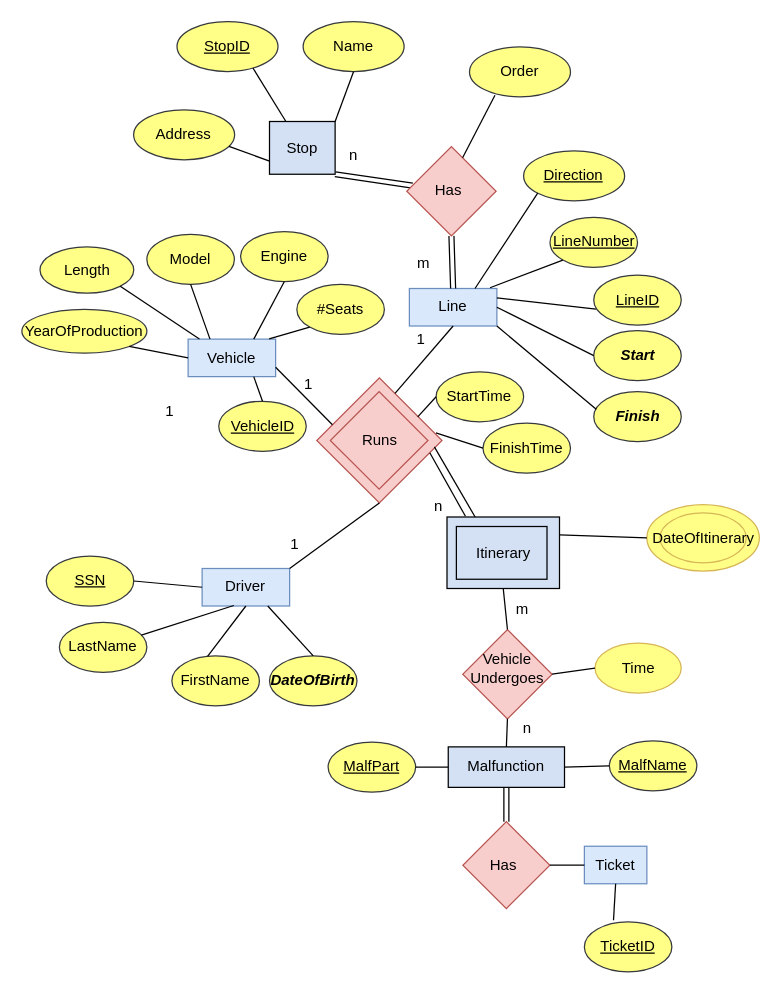
Above: Untitled Diagram.drawio in kotsos2000/kotsos2000 (draw.io), before the change. Source tidied: cells renumbered, new cells numbered last; positions are measured from the earlier drawing's top-left corner, leaving out a move shared by most shapes. Both pictures are drawn from the tidied source at 125%, with x=0, y=0 at pixel (21, 21).
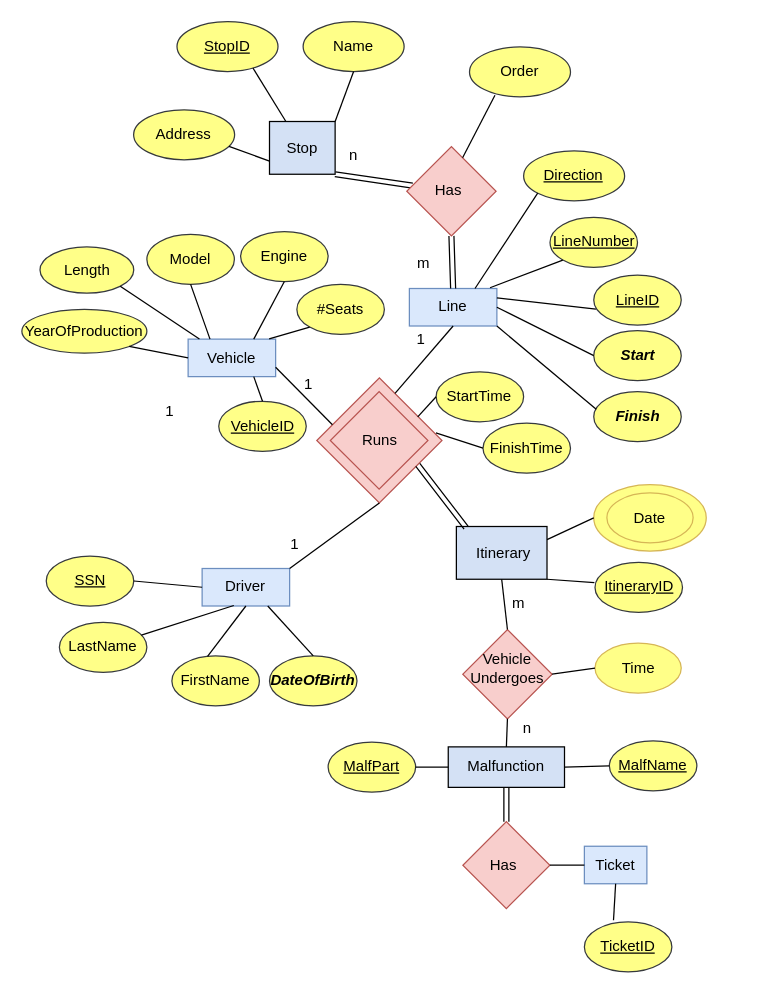
The same diagram, later.

The change refers to these unchanged cells:
```xml
<mxCell id="11" style="rounded=0;whiteSpace=wrap;html=1;fillColor=#D4E1F5;" parent="1" vertex="1">
  <mxGeometry x="347.6" y="403.7" width="72.5" height="42.2" as="geometry" />
</mxCell>
<mxCell id="15" style="whiteSpace=wrap;html=1;rotation=45;fillColor=#f8cecc;strokeColor=#b85450;" parent="1" vertex="1">
  <mxGeometry x="250.6" y="299.4" width="70.8" height="70.8" as="geometry" />
</mxCell>
<mxCell id="20" style="whiteSpace=wrap;html=1;fillColor=#f8cecc;rotation=45;strokeColor=#b85450;" parent="1" vertex="1">
  <mxGeometry x="363.2" y="496.6" width="50.5" height="50.5" as="geometry" />
</mxCell>
```

What changed in the source:
```diff
@@
     <mxCell id="2" style="ellipse;whiteSpace=wrap;html=1;fillColor=#FFFF88;strokeColor=#d6b656;" parent="1" vertex="1">
-      <mxGeometry x="500" y="386.1" width="90" height="53.3" as="geometry" />
+      <mxGeometry x="457.5" y="370.1" width="90" height="53.3" as="geometry" />
     </mxCell>
-    <mxCell id="3" style="rounded=0;whiteSpace=wrap;html=1;fillColor=#D4E1F5;" parent="1" vertex="1">
-      <mxGeometry x="340.1" y="396.1" width="90" height="57.2" as="geometry" />
-    </mxCell>
@@
-    <mxCell id="61" style="endArrow=none;html=1;rounded=0;entryX=0.164;entryY=-0.01;entryDx=0;entryDy=0;exitX=1.002;exitY=0.196;exitDx=0;exitDy=0;exitPerimeter=0;entryPerimeter=0;" parent="1" edge="1" source="15" target="3">
-      <mxGeometry relative="1" as="geometry" />
-    </mxCell>
@@
-    <mxCell id="64" value="n" style="text;html=1;align=center;verticalAlign=middle;strokeColor=none;fillColor=none;" parent="1" vertex="1">
-      <mxGeometry x="318.4" y="372.6" width="30" height="30" as="geometry" />
-    </mxCell>
@@
-    <mxCell id="66" style="endArrow=none;html=1;rounded=0;exitX=0.25;exitY=0;exitDx=0;exitDy=0;" parent="1" edge="1" source="3">
-      <mxGeometry relative="1" as="geometry">
-        <mxPoint x="330" y="340" as="targetPoint" />
-      </mxGeometry>
-    </mxCell>
-    <mxCell id="67" value="DateOfItinerary" style="ellipse;whiteSpace=wrap;html=1;fillColor=#FFFF88;strokeColor=#d6b656;" parent="1" vertex="1">
-      <mxGeometry x="510.5" y="392.8" width="69" height="39.9" as="geometry" />
+    <mxCell id="67" value="Date" style="ellipse;whiteSpace=wrap;html=1;fillColor=#FFFF88;strokeColor=#d6b656;" parent="1" vertex="1">
+      <mxGeometry x="468" y="376.8" width="69" height="39.9" as="geometry" />
     </mxCell>
-    <mxCell id="68" style="endArrow=none;html=1;rounded=0;entryX=1;entryY=0.25;entryDx=0;entryDy=0;exitX=0;exitY=0.5;exitDx=0;exitDy=0;" parent="1" edge="1" source="2" target="3">
+    <mxCell id="68" style="endArrow=none;html=1;rounded=0;entryX=1;entryY=0.25;entryDx=0;entryDy=0;exitX=0;exitY=0.5;exitDx=0;exitDy=0;" parent="1" edge="1" source="2" target="11">
       <mxGeometry relative="1" as="geometry" />
     </mxCell>
@@
-    <mxCell id="90" style="endArrow=none;html=1;rounded=0;entryX=0.5;entryY=1;entryDx=0;entryDy=0;exitX=0;exitY=0;exitDx=0;exitDy=0;" parent="1" edge="1" source="20" target="3">
+    <mxCell id="90" style="endArrow=none;html=1;rounded=0;entryX=0.5;entryY=1;entryDx=0;entryDy=0;exitX=0;exitY=0;exitDx=0;exitDy=0;" parent="1" edge="1" source="20" target="11">
       <mxGeometry relative="1" as="geometry" />
     </mxCell>
     <mxCell id="91" value="m" style="text;html=1;align=center;verticalAlign=middle;strokeColor=none;fillColor=none;" parent="1" vertex="1">
-      <mxGeometry x="385" y="455" width="30" height="30" as="geometry" />
+      <mxGeometry x="382.2" y="450.3" width="30" height="30" as="geometry" />
     </mxCell>
@@
+    <mxCell id="93" style="shape=link;html=1;rounded=0;entryX=1.002;entryY=0.388;entryDx=0;entryDy=0;entryPerimeter=0;exitX=0.107;exitY=0.022;exitDx=0;exitDy=0;exitPerimeter=0;" parent="1" edge="1" source="11" target="15">
+      <mxGeometry relative="1" as="geometry" />
+    </mxCell>
+    <mxCell id="94" value="&lt;u&gt;ItineraryID&lt;/u&gt;" style="ellipse;whiteSpace=wrap;html=1;fillColor=#ffff88;strokeColor=#36393d;" parent="1" vertex="1">
+      <mxGeometry x="458.5" y="432.4" width="70" height="40" as="geometry" />
+    </mxCell>
+    <mxCell id="95" style="endArrow=none;html=1;rounded=0;entryX=-0.007;entryY=0.403;entryDx=0;entryDy=0;entryPerimeter=0;exitX=1;exitY=1;exitDx=0;exitDy=0;" parent="1" edge="1" source="11" target="94">
+      <mxGeometry relative="1" as="geometry" />
+    </mxCell>
```
